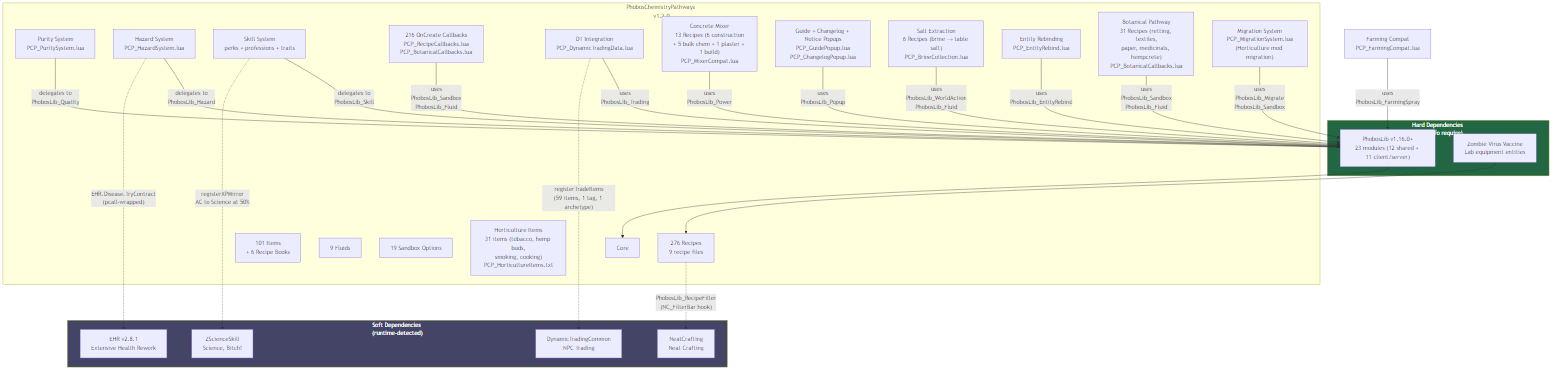
phobos-dthorga/mod-pz-chemistry-pathways keeps this Mermaid diagram as docs/images/architecture.png. Above is the earlier version. Its source is kept beside it as docs/mermaid-src/architecture.mmd.
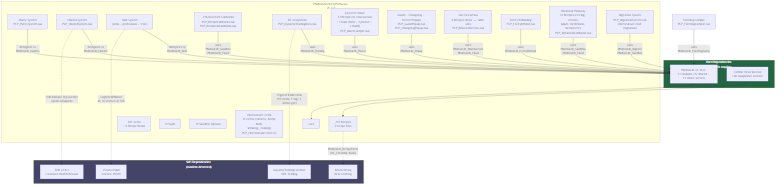
Above is the later version.

Change to the diagram source:
```diff
@@ -4,10 +4,10 @@
         ZR["Zombie Virus Vaccine<br/>Lab equipment entities"]
     end
 
-    subgraph PCP["PhobosChemistryPathways v1.2.0"]
+    subgraph PCP["PhobosChemistryPathways v1.3.0"]
         CORE["Core"]
-        REC["276 Recipes<br/>9 recipe files"]
-        ITEMS["101 Items<br/>+ 6 Recipe Books"]
+        REC["297 Recipes<br/>9 recipe files"]
+        ITEMS["107 Items<br/>+ 6 Recipe Books"]
         FLUIDS["9 Fluids"]
         SB["19 Sandbox Options"]
         PURITY["Purity System<br/>PCP_PuritySystem.lua"]
```
